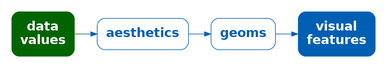
The Graphviz diagram Diagrams/data-aes-geom-vis.png in pmur002/hdvw, before a commit. Its source is kept beside it as Diagrams/data-aes-geom-vis.dot.
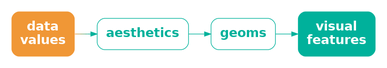
Later version of the same file.

Change to the diagram source:
```diff
@@ -1,12 +1,12 @@
 digraph {
   graph [ rankdir=LR; margin=.2; nodesep=.5 ];
   node [ fontsize=20; fontname="sans bold"; margin=.2 ];
-  data [ label="data\nvalues"; shape=box; style="filled, rounded"; penwidth=0; fontcolor=white; fillcolor="#006400" ]
-  aes [ label="aesthetics"; shape=box; style=rounded; color="#005FB2"; fontcolor="#005FB2" ]
-  geom [ label="geoms"; shape=box; style=rounded; color="#005FB2"; fontcolor="#005FB2" ]
+  data [ label="data\nvalues"; shape=box; style="filled, rounded"; penwidth=0; fontcolor=white; fillcolor="#F09736" ]
+  aes [ label="aesthetics"; shape=box; style=rounded; color="#00B19B"; fontcolor="#00B19B" ]
+  geom [ label="geoms"; shape=box; style=rounded; color="#00B19B"; fontcolor="#00B19B" ]
   vis [ label="visual\nfeatures"; shape=box;
-     style="filled, rounded"; penwidth=0; fontcolor=white; fillcolor="#005FB2" ]
-  data -> aes [ color="#006400;0.1:#006314;0.1:#006328;0.1:#00623B;0.1:#00624F;0.1:#006163;0.1:#006177;0.1:#00608A;0.1:#00609E;0.1:#005FB2;0.1" ]
-  aes -> geom [ color="#005FB2" ]
-  geom -> vis [ color="#005FB2" ]
+     style="filled, rounded"; penwidth=0; fontcolor=white; fillcolor="#00B19B" ]
+  data -> aes [ color="#F09736;0.1:#D59A41;0.1:#BB9D4C;0.1:#A0A058;0.1:#85A363;0.1:#6BA56E;0.1:#50A879;0.1:#35AB85;0.1:#1BAE90;0.1:#00B19B;0.1" ]
+  aes -> geom [ color="#00B19B" ]
+  geom -> vis [ color="#00B19B" ]
 }
```
